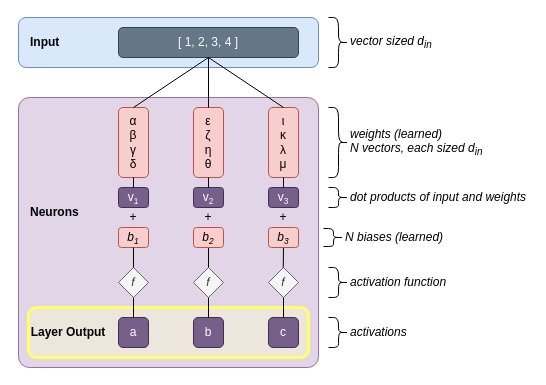
This is book/images/ffn/overview.drawio from yshavit/llm-notes, a draw.io file, before an edit. Source tidied: cells renumbered, new cells numbered last; positions are measured from the earlier drawing's top-left corner, leaving out a move shared by most shapes. Both pictures are drawn from the tidied source at 100%, with x=0, y=0 at pixel (18, 17).
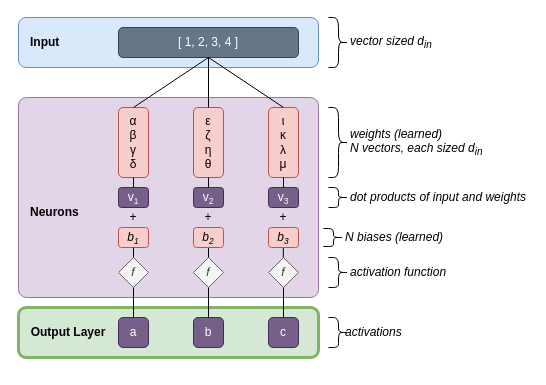
The same page after the edit.

The change refers to these unchanged cells:
```xml
<mxCell id="24" value="&lt;i&gt;b&lt;span style=&quot;font-size: 10px;&quot;&gt;&lt;sub&gt;2&lt;/sub&gt;&lt;/span&gt;&lt;/i&gt;" style="rounded=1;whiteSpace=wrap;html=1;fillColor=#f8cecc;strokeColor=#b85450;" parent="1" vertex="1">
  <mxGeometry x="175" y="210" width="30" height="20" as="geometry" />
</mxCell>
<mxCell id="25" value="&lt;i&gt;b&lt;span style=&quot;font-size: 10px;&quot;&gt;&lt;sub&gt;3&lt;/sub&gt;&lt;/span&gt;&lt;/i&gt;" style="rounded=1;whiteSpace=wrap;html=1;fillColor=#f8cecc;strokeColor=#b85450;" parent="1" vertex="1">
  <mxGeometry x="250" y="210" width="30" height="20" as="geometry" />
</mxCell>
```

What changed in the source:
```diff
@@
     <mxCell id="2" style="rounded=1;whiteSpace=wrap;html=1;fillColor=#e1d5e7;strokeColor=#9673a6;align=left;arcSize=4;" parent="1" vertex="1">
-      <mxGeometry y="80" width="300" height="270" as="geometry" />
+      <mxGeometry y="80" width="300" height="200" as="geometry" />
     </mxCell>
@@
-    <mxCell id="9" style="rounded=1;whiteSpace=wrap;html=1;fillColor=#FFFFCC66;strokeColor=#FFFF66;align=left;strokeWidth=3;" parent="1" vertex="1">
-      <mxGeometry x="10" y="290" width="280" height="50" as="geometry" />
+    <mxCell id="9" style="rounded=1;whiteSpace=wrap;html=1;fillColor=#d5e8d4;strokeColor=#82b366;align=left;strokeWidth=3;" parent="1" vertex="1">
+      <mxGeometry y="290" width="300" height="50" as="geometry" />
     </mxCell>
@@
     <mxCell id="14" value="&lt;div style=&quot;&quot;&gt;&lt;i style=&quot;background-color: transparent; color: light-dark(rgb(0, 0, 0), rgb(255, 255, 255));&quot;&gt;activations&lt;/i&gt;&lt;/div&gt;" style="text;html=1;whiteSpace=wrap;strokeColor=none;fillColor=none;align=left;verticalAlign=middle;rounded=0;" parent="1" vertex="1">
-      <mxGeometry x="330" y="300" width="140" height="30" as="geometry" />
+      <mxGeometry x="325" y="300" width="140" height="30" as="geometry" />
     </mxCell>
-    <mxCell id="15" style="endArrow=none;html=1;rounded=0;entryX=0.5;entryY=1;entryDx=0;entryDy=0;exitX=0.49;exitY=0.143;exitDx=0;exitDy=0;exitPerimeter=0;" parent="1" edge="1" source="18" target="25">
-      <mxGeometry relative="1" as="geometry" />
+    <mxCell id="15" style="endArrow=none;html=1;rounded=0;entryX=0.5;entryY=1;entryDx=0;entryDy=0;exitX=0.49;exitY=0.143;exitDx=0;exitDy=0;exitPerimeter=0;" parent="1" edge="1" source="18">
+      <mxGeometry relative="1" as="geometry">
+        <mxPoint x="265" y="220" as="targetPoint" />
+      </mxGeometry>
     </mxCell>
     <mxCell id="16" value="𝑓" style="rhombus;whiteSpace=wrap;html=1;fillColor=#f5f5f5;fontColor=#333333;strokeColor=#666666;" parent="1" vertex="1">
-      <mxGeometry x="100" y="250" width="30" height="30" as="geometry" />
+      <mxGeometry x="100" y="240" width="30" height="30" as="geometry" />
     </mxCell>
     <mxCell id="17" value="𝑓" style="rhombus;whiteSpace=wrap;html=1;fillColor=#f5f5f5;fontColor=#333333;strokeColor=#666666;" parent="1" vertex="1">
-      <mxGeometry x="175" y="250" width="30" height="30" as="geometry" />
+      <mxGeometry x="175" y="240" width="30" height="30" as="geometry" />
     </mxCell>
     <mxCell id="18" value="𝑓" style="rhombus;whiteSpace=wrap;html=1;fillColor=#f5f5f5;fontColor=#333333;strokeColor=#666666;" parent="1" vertex="1">
-      <mxGeometry x="250" y="250" width="30" height="30" as="geometry" />
+      <mxGeometry x="250" y="240" width="30" height="30" as="geometry" />
     </mxCell>
-    <mxCell id="19" style="endArrow=none;html=1;rounded=0;entryX=0.5;entryY=1;entryDx=0;entryDy=0;exitX=0.5;exitY=0;exitDx=0;exitDy=0;" parent="1" edge="1" source="17" target="24">
-      <mxGeometry relative="1" as="geometry" />
+    <mxCell id="19" style="endArrow=none;html=1;rounded=0;entryX=0.5;entryY=1;entryDx=0;entryDy=0;exitX=0.5;exitY=0;exitDx=0;exitDy=0;" parent="1" edge="1" source="17">
+      <mxGeometry relative="1" as="geometry">
+        <mxPoint x="190" y="220" as="targetPoint" />
+      </mxGeometry>
     </mxCell>
@@
     <mxCell id="30" style="shape=curlyBracket;whiteSpace=wrap;html=1;rounded=1;flipH=1;labelPosition=right;verticalLabelPosition=middle;align=left;verticalAlign=middle;" parent="1" vertex="1">
-      <mxGeometry x="310" y="250" width="20" height="30" as="geometry" />
+      <mxGeometry x="310" y="240" width="20" height="30" as="geometry" />
     </mxCell>
     <mxCell id="31" value="&lt;div style=&quot;&quot;&gt;&lt;i&gt;activation function&lt;/i&gt;&lt;/div&gt;" style="text;html=1;whiteSpace=wrap;strokeColor=none;fillColor=none;align=left;verticalAlign=middle;rounded=0;" parent="1" vertex="1">
-      <mxGeometry x="330" y="250" width="110" height="30" as="geometry" />
+      <mxGeometry x="330" y="240" width="110" height="30" as="geometry" />
     </mxCell>
@@
-    <mxCell id="48" value="Layer Output" style="text;html=1;whiteSpace=wrap;strokeColor=none;fillColor=none;align=center;verticalAlign=middle;rounded=0;fontStyle=1;" parent="1" vertex="1">
+    <mxCell id="48" value="Output Layer" style="text;html=1;whiteSpace=wrap;strokeColor=none;fillColor=none;align=center;verticalAlign=middle;rounded=0;fontStyle=1;" parent="1" vertex="1">
       <mxGeometry x="10" y="300" width="80" height="30" as="geometry" />
     </mxCell>
```
